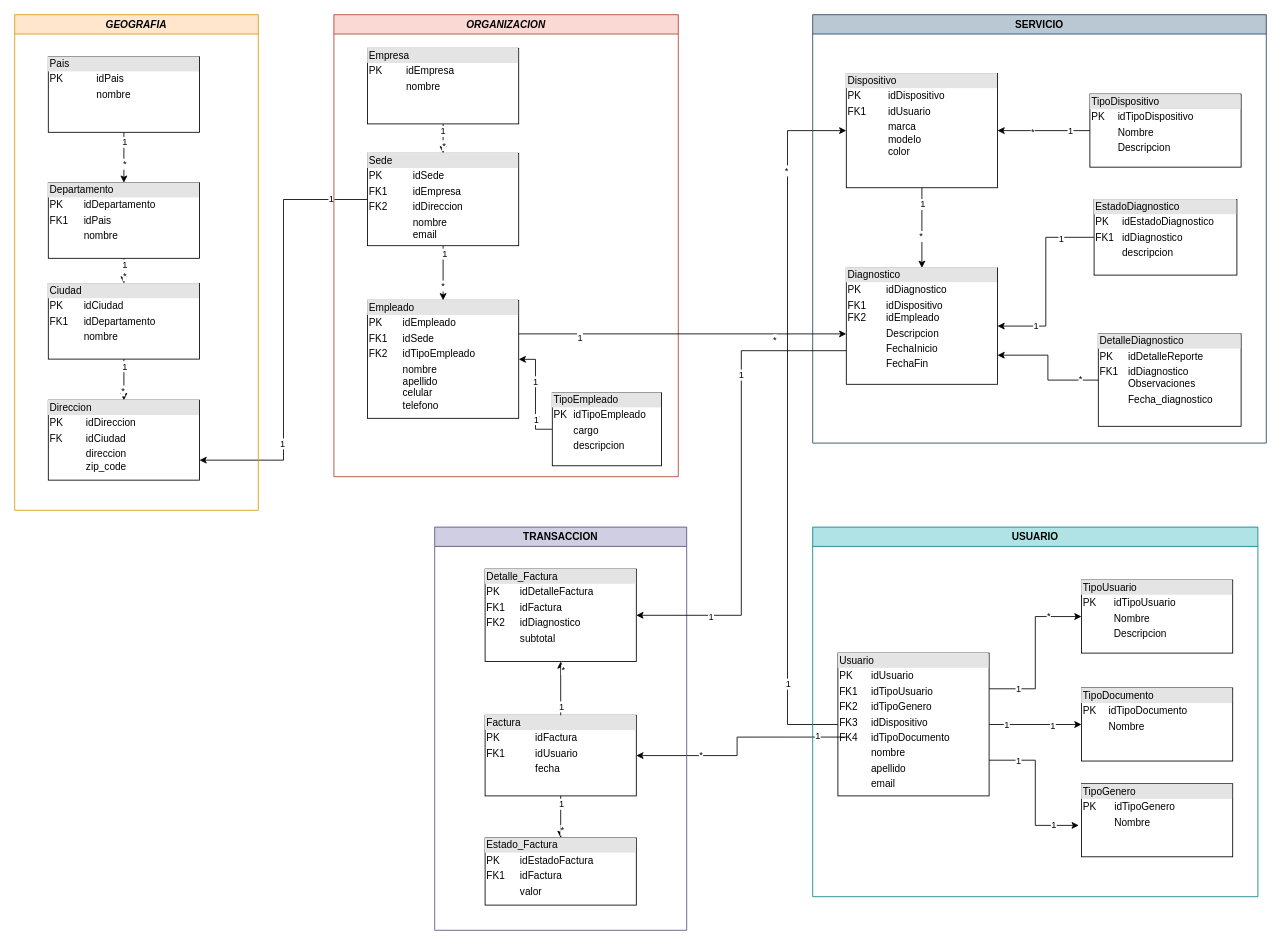
Before: projects/tech_support/Tech_support.drawio in Alejo2304/website_projects, a draw.io diagram. Source tidied: cells renumbered, new cells numbered last; positions are measured from the earlier drawing's top-left corner, leaving out a move shared by most shapes. Both pictures are drawn from the tidied source at 84%, with x=0, y=0 at pixel (14, 14).
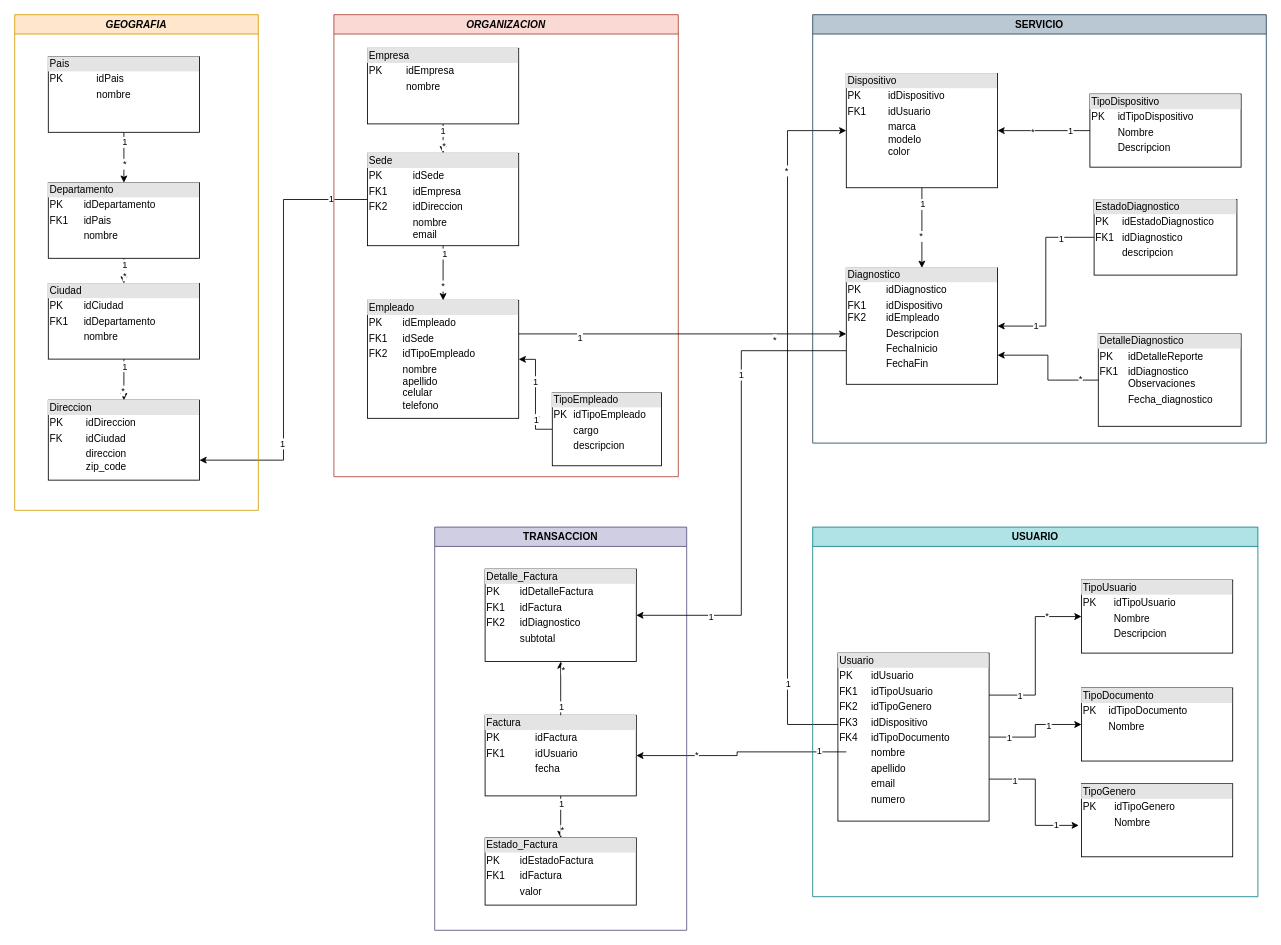
The same diagram, later.

The edit, as a diff of the source:
```diff
@@
-    <mxCell id="14" value="&lt;div style=&quot;box-sizing:border-box;width:100%;background:#e4e4e4;padding:2px;&quot;&gt;Usuario&lt;/div&gt;&lt;table style=&quot;width:100%;font-size:1em;&quot; cellpadding=&quot;2&quot; cellspacing=&quot;0&quot;&gt;&lt;tbody&gt;&lt;tr&gt;&lt;td&gt;PK&lt;/td&gt;&lt;td&gt;idUsuario&lt;/td&gt;&lt;/tr&gt;&lt;tr&gt;&lt;td&gt;FK1&lt;/td&gt;&lt;td&gt;idTipoUsuario&lt;/td&gt;&lt;/tr&gt;&lt;tr&gt;&lt;td&gt;FK2&lt;/td&gt;&lt;td&gt;idTipoGenero&lt;/td&gt;&lt;/tr&gt;&lt;tr&gt;&lt;td&gt;FK3&lt;/td&gt;&lt;td&gt;idDispositivo&lt;/td&gt;&lt;/tr&gt;&lt;tr&gt;&lt;td&gt;FK4&lt;/td&gt;&lt;td&gt;idTipoDocumento&lt;/td&gt;&lt;/tr&gt;&lt;tr&gt;&lt;td&gt;&lt;br&gt;&lt;/td&gt;&lt;td&gt;nombre&lt;/td&gt;&lt;/tr&gt;&lt;tr&gt;&lt;td&gt;&lt;br&gt;&lt;/td&gt;&lt;td&gt;apellido&lt;/td&gt;&lt;/tr&gt;&lt;tr&gt;&lt;td&gt;&lt;br&gt;&lt;/td&gt;&lt;td&gt;email&lt;/td&gt;&lt;/tr&gt;&lt;/tbody&gt;&lt;/table&gt;" style="verticalAlign=top;align=left;overflow=fill;html=1;whiteSpace=wrap;" parent="1" vertex="1">
-      <mxGeometry x="980" y="760" width="180" height="170" as="geometry" />
+    <mxCell id="14" value="&lt;div style=&quot;box-sizing:border-box;width:100%;background:#e4e4e4;padding:2px;&quot;&gt;Usuario&lt;/div&gt;&lt;table style=&quot;width:100%;font-size:1em;&quot; cellpadding=&quot;2&quot; cellspacing=&quot;0&quot;&gt;&lt;tbody&gt;&lt;tr&gt;&lt;td&gt;PK&lt;/td&gt;&lt;td&gt;idUsuario&lt;/td&gt;&lt;/tr&gt;&lt;tr&gt;&lt;td&gt;FK1&lt;/td&gt;&lt;td&gt;idTipoUsuario&lt;/td&gt;&lt;/tr&gt;&lt;tr&gt;&lt;td&gt;FK2&lt;/td&gt;&lt;td&gt;idTipoGenero&lt;/td&gt;&lt;/tr&gt;&lt;tr&gt;&lt;td&gt;FK3&lt;/td&gt;&lt;td&gt;idDispositivo&lt;/td&gt;&lt;/tr&gt;&lt;tr&gt;&lt;td&gt;FK4&lt;/td&gt;&lt;td&gt;idTipoDocumento&lt;/td&gt;&lt;/tr&gt;&lt;tr&gt;&lt;td&gt;&lt;br&gt;&lt;/td&gt;&lt;td&gt;nombre&lt;/td&gt;&lt;/tr&gt;&lt;tr&gt;&lt;td&gt;&lt;br&gt;&lt;/td&gt;&lt;td&gt;apellido&lt;/td&gt;&lt;/tr&gt;&lt;tr&gt;&lt;td&gt;&lt;br&gt;&lt;/td&gt;&lt;td&gt;email&lt;/td&gt;&lt;/tr&gt;&lt;tr&gt;&lt;td&gt;&lt;br&gt;&lt;/td&gt;&lt;td&gt;numero&lt;/td&gt;&lt;/tr&gt;&lt;/tbody&gt;&lt;/table&gt;" style="verticalAlign=top;align=left;overflow=fill;html=1;whiteSpace=wrap;" parent="1" vertex="1">
+      <mxGeometry x="980" y="760" width="180" height="200" as="geometry" />
     </mxCell>
```
